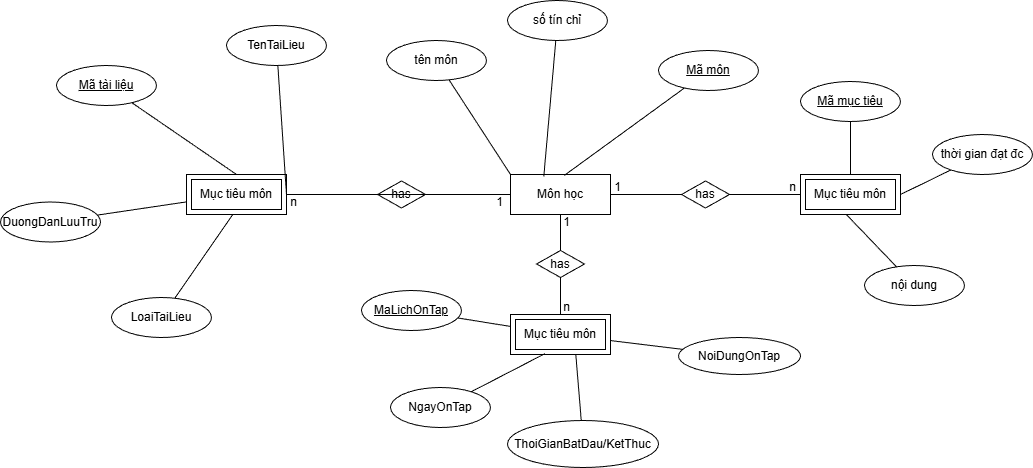
Above: ss1/bt05.png in ninhpoh/CSDL (draw.io), before the change. Source tidied: cells renumbered, new cells last; positions are measured from the earlier drawing's top-left corner, leaving out a move shared by most shapes.
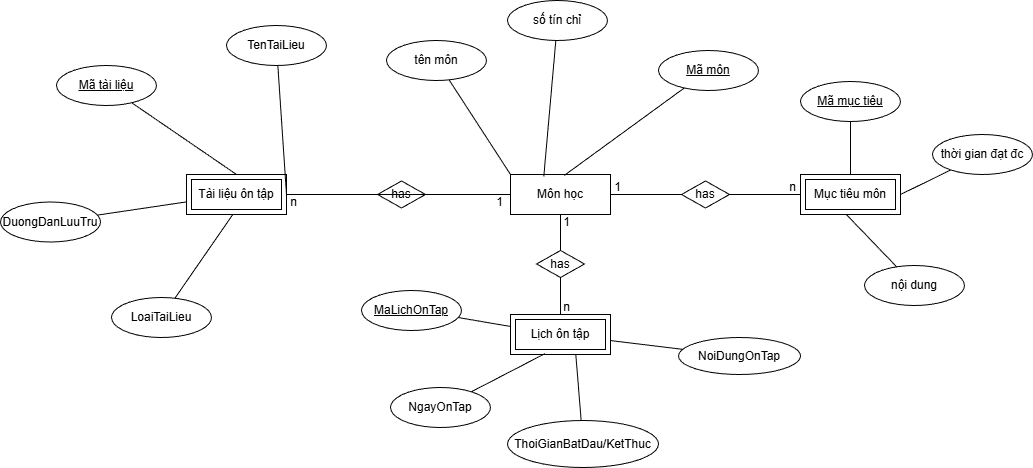
After the change.

The edit, as a diff of the source:
```diff
@@ -65,7 +65,7 @@
     <mxCell id="22" style="rounded=0;jettySize=auto;html=1;endArrow=none;endFill=0;" parent="1" edge="1" source="23" target="33">
       <mxGeometry relative="1" as="geometry" />
     </mxCell>
-    <mxCell id="23" value="Mục tiêu môn" style="shape=ext;margin=3;double=1;whiteSpace=wrap;html=1;align=center;" parent="1" vertex="1">
+    <mxCell id="23" value="Lịch ôn tập" style="shape=ext;margin=3;double=1;whiteSpace=wrap;html=1;align=center;" parent="1" vertex="1">
       <mxGeometry x="510" y="314" width="100" height="40" as="geometry" />
     </mxCell>
     <mxCell id="24" value="has" style="shape=rhombus;perimeter=rhombusPerimeter;whiteSpace=wrap;html=1;align=center;" parent="1" vertex="1">
@@ -113,7 +113,7 @@
     <mxCell id="38" style="rounded=0;jettySize=auto;html=1;entryX=1;entryY=0.5;entryDx=0;entryDy=0;endArrow=none;endFill=0;" parent="1" edge="1" source="39" target="36">
       <mxGeometry relative="1" as="geometry" />
     </mxCell>
-    <mxCell id="39" value="Mục tiêu môn" style="shape=ext;margin=3;double=1;whiteSpace=wrap;html=1;align=center;" parent="1" vertex="1">
+    <mxCell id="39" value="Tài liệu ôn tập" style="shape=ext;margin=3;double=1;whiteSpace=wrap;html=1;align=center;" parent="1" vertex="1">
       <mxGeometry x="186" y="174" width="100" height="40" as="geometry" />
     </mxCell>
     <mxCell id="40" value="Mã tài liệu" style="ellipse;whiteSpace=wrap;html=1;align=center;fontStyle=4;" parent="1" vertex="1">
```
